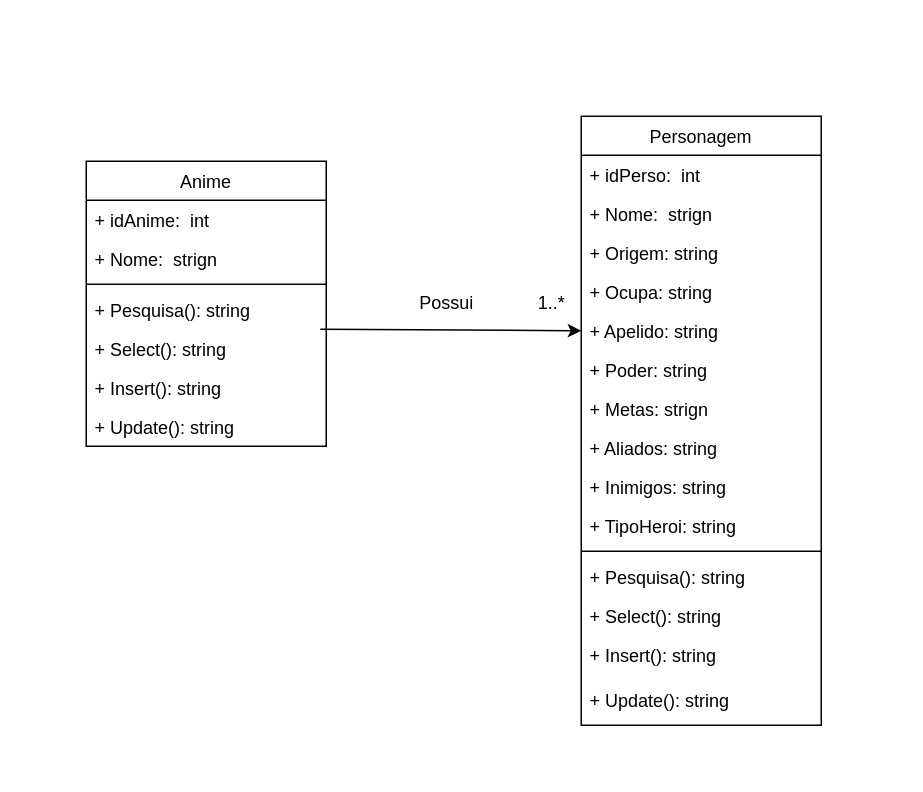
FelipeOropeza/APIKitsu keeps this draw.io diagram as Diagrama sem nome.drawio. Above is the earlier version. Source tidied: cells renumbered, new cells numbered last; positions are measured from the earlier drawing's top-left corner, leaving out a move shared by most shapes. Both pictures are drawn from the tidied source at 150%, with x=0, y=0 at pixel (86, 116).
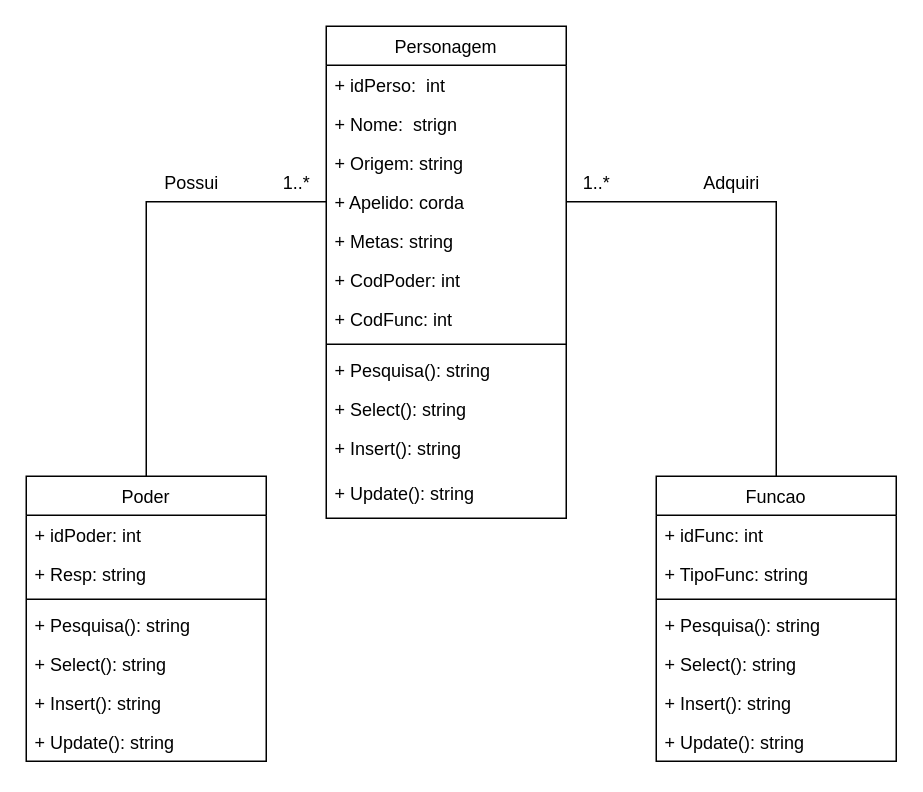
The same diagram, later.

Unchanged cells that the change refers to:
```xml
<mxCell id="22" value="+ Pesquisa(): string" style="text;align=left;verticalAlign=top;spacingLeft=4;spacingRight=4;overflow=hidden;points=[[0,0.5],[1,0.5]];portConstraint=eastwest;" parent="18" vertex="1">
  <mxGeometry y="86" width="160" height="26" as="geometry" />
</mxCell>
```

What changed in the source:
```diff
@@
     <mxCell id="2" value="Personagem" style="swimlane;fontStyle=0;align=center;verticalAlign=top;horizontal=1;startSize=26;rounded=0;shadow=0;strokeWidth=1;" parent="1" vertex="1">
-      <mxGeometry x="330" width="160" height="406" as="geometry" />
+      <mxGeometry x="160" y="-60" width="160" height="328" as="geometry" />
     </mxCell>
@@
-    <mxCell id="6" value="+ Ocupa: string" style="text;align=left;verticalAlign=top;spacingLeft=4;spacingRight=4;overflow=hidden;rounded=0;shadow=0;html=0;" parent="2" vertex="1">
-      <mxGeometry y="104" width="160" height="26" as="geometry" />
-    </mxCell>
-    <mxCell id="7" value="+ Apelido: string" style="text;align=left;verticalAlign=top;spacingLeft=4;spacingRight=4;overflow=hidden;points=[[0,0.5],[1,0.5]];portConstraint=eastwest;rounded=0;shadow=0;html=0;" parent="2" vertex="1">
-      <mxGeometry y="130" width="160" height="26" as="geometry" />
+    <mxCell id="7" value="+ Apelido: corda" style="text;align=left;verticalAlign=top;spacingLeft=4;spacingRight=4;overflow=hidden;points=[[0,0.5],[1,0.5]];portConstraint=eastwest;rounded=0;shadow=0;html=0;" parent="2" vertex="1">
+      <mxGeometry y="104" width="160" height="26" as="geometry" />
     </mxCell>
-    <mxCell id="8" value="+ Poder: string" style="text;align=left;verticalAlign=top;spacingLeft=4;spacingRight=4;overflow=hidden;rounded=0;shadow=0;html=0;" parent="2" vertex="1">
-      <mxGeometry y="156" width="160" height="26" as="geometry" />
-    </mxCell>
-    <mxCell id="9" value="+ Metas: strign  " style="text;align=left;verticalAlign=top;spacingLeft=4;spacingRight=4;overflow=hidden;rounded=0;shadow=0;html=0;" parent="2" vertex="1">
-      <mxGeometry y="182" width="160" height="26" as="geometry" />
+    <mxCell id="9" value="+ Metas: string  " style="text;align=left;verticalAlign=top;spacingLeft=4;spacingRight=4;overflow=hidden;rounded=0;shadow=0;html=0;" parent="2" vertex="1">
+      <mxGeometry y="130" width="160" height="26" as="geometry" />
     </mxCell>
-    <mxCell id="10" value="+ Aliados: string" style="text;align=left;verticalAlign=top;spacingLeft=4;spacingRight=4;overflow=hidden;rounded=0;shadow=0;html=0;" parent="2" vertex="1">
-      <mxGeometry y="208" width="160" height="26" as="geometry" />
-    </mxCell>
-    <mxCell id="11" value="+ Inimigos: string" style="text;align=left;verticalAlign=top;spacingLeft=4;spacingRight=4;overflow=hidden;rounded=0;shadow=0;html=0;" parent="2" vertex="1">
-      <mxGeometry y="234" width="160" height="26" as="geometry" />
-    </mxCell>
-    <mxCell id="12" value="+ TipoHeroi: string" style="text;align=left;verticalAlign=top;spacingLeft=4;spacingRight=4;overflow=hidden;rounded=0;shadow=0;html=0;" parent="2" vertex="1">
-      <mxGeometry y="260" width="160" height="26" as="geometry" />
-    </mxCell>
+    <mxCell id="29" value="+ CodPoder: int" style="text;align=left;verticalAlign=top;spacingLeft=4;spacingRight=4;overflow=hidden;rounded=0;shadow=0;html=0;" parent="2" vertex="1">
+      <mxGeometry y="156" width="160" height="26" as="geometry" />
+    </mxCell>
+    <mxCell id="30" value="+ CodFunc: int" style="text;align=left;verticalAlign=top;spacingLeft=4;spacingRight=4;overflow=hidden;rounded=0;shadow=0;html=0;" parent="2" vertex="1">
+      <mxGeometry y="182" width="160" height="26" as="geometry" />
+    </mxCell>
     <mxCell id="13" style="line;html=1;strokeWidth=1;align=left;verticalAlign=middle;spacingTop=-1;spacingLeft=3;spacingRight=3;labelPosition=right;" parent="2" vertex="1">
-      <mxGeometry y="286" width="160" height="8" as="geometry" />
+      <mxGeometry y="208" width="160" height="8" as="geometry" />
     </mxCell>
     <mxCell id="14" value="+ Pesquisa(): string" style="text;align=left;verticalAlign=top;spacingLeft=4;spacingRight=4;overflow=hidden;" parent="2" vertex="1">
-      <mxGeometry y="294" width="160" height="26" as="geometry" />
+      <mxGeometry y="216" width="160" height="26" as="geometry" />
     </mxCell>
     <mxCell id="15" value="+ Select(): string" style="text;align=left;verticalAlign=top;spacingLeft=4;spacingRight=4;overflow=hidden;" parent="2" vertex="1">
-      <mxGeometry y="320" width="160" height="26" as="geometry" />
+      <mxGeometry y="242" width="160" height="26" as="geometry" />
     </mxCell>
     <mxCell id="16" value="+ Insert(): string" style="text;align=left;verticalAlign=top;spacingLeft=4;spacingRight=4;overflow=hidden;" parent="2" vertex="1">
-      <mxGeometry y="346" width="160" height="30" as="geometry" />
+      <mxGeometry y="268" width="160" height="30" as="geometry" />
     </mxCell>
     <mxCell id="17" value="+ Update(): string" style="text;align=left;verticalAlign=top;spacingLeft=4;spacingRight=4;overflow=hidden;" parent="2" vertex="1">
-      <mxGeometry y="376" width="160" height="30" as="geometry" />
+      <mxGeometry y="298" width="160" height="30" as="geometry" />
     </mxCell>
-    <mxCell id="18" value="Anime" style="swimlane;fontStyle=0;align=center;verticalAlign=top;horizontal=1;startSize=26;rounded=0;shadow=0;strokeWidth=1;" parent="1" vertex="1">
-      <mxGeometry y="30" width="160" height="190" as="geometry" />
+    <mxCell id="18" value="Poder" style="swimlane;fontStyle=0;align=center;verticalAlign=top;horizontal=1;startSize=26;rounded=0;shadow=0;strokeWidth=1;" parent="1" vertex="1">
+      <mxGeometry x="-40" y="240" width="160" height="190" as="geometry" />
     </mxCell>
-    <mxCell id="19" value="+ idAnime:  int" style="text;align=left;verticalAlign=top;spacingLeft=4;spacingRight=4;overflow=hidden;" parent="18" vertex="1">
+    <mxCell id="19" value="+ idPoder: int" style="text;align=left;verticalAlign=top;spacingLeft=4;spacingRight=4;overflow=hidden;" parent="18" vertex="1">
       <mxGeometry y="26" width="160" height="26" as="geometry" />
     </mxCell>
-    <mxCell id="20" value="+ Nome:  strign" style="text;align=left;verticalAlign=top;spacingLeft=4;spacingRight=4;overflow=hidden;" parent="18" vertex="1">
+    <mxCell id="20" value="+ Resp: string" style="text;align=left;verticalAlign=top;spacingLeft=4;spacingRight=4;overflow=hidden;" parent="18" vertex="1">
       <mxGeometry y="52" width="160" height="26" as="geometry" />
     </mxCell>
@@
-    <mxCell id="26" value="1..*" style="text;html=1;align=center;verticalAlign=middle;strokeColor=none;fillColor=none;" parent="1" vertex="1">
-      <mxGeometry x="290" y="110" width="40" height="30" as="geometry" />
-    </mxCell>
+    <mxCell id="31" value="Funcao" style="swimlane;fontStyle=0;align=center;verticalAlign=top;horizontal=1;startSize=26;rounded=0;shadow=0;strokeWidth=1;" parent="1" vertex="1">
+      <mxGeometry x="380" y="240" width="160" height="190" as="geometry" />
+    </mxCell>
+    <mxCell id="32" value="+ idFunc: int" style="text;align=left;verticalAlign=top;spacingLeft=4;spacingRight=4;overflow=hidden;" parent="31" vertex="1">
+      <mxGeometry y="26" width="160" height="26" as="geometry" />
+    </mxCell>
+    <mxCell id="33" value="+ TipoFunc: string" style="text;align=left;verticalAlign=top;spacingLeft=4;spacingRight=4;overflow=hidden;" parent="31" vertex="1">
+      <mxGeometry y="52" width="160" height="26" as="geometry" />
+    </mxCell>
+    <mxCell id="34" style="line;html=1;strokeWidth=1;align=left;verticalAlign=middle;spacingTop=-1;spacingLeft=3;spacingRight=3;labelPosition=right;" parent="31" vertex="1">
+      <mxGeometry y="78" width="160" height="8" as="geometry" />
+    </mxCell>
+    <mxCell id="35" value="+ Pesquisa(): string" style="text;align=left;verticalAlign=top;spacingLeft=4;spacingRight=4;overflow=hidden;" parent="31" vertex="1">
+      <mxGeometry y="86" width="160" height="26" as="geometry" />
+    </mxCell>
+    <mxCell id="36" value="+ Select(): string" style="text;align=left;verticalAlign=top;spacingLeft=4;spacingRight=4;overflow=hidden;" parent="31" vertex="1">
+      <mxGeometry y="112" width="160" height="26" as="geometry" />
+    </mxCell>
+    <mxCell id="37" value="+ Insert(): string" style="text;align=left;verticalAlign=top;spacingLeft=4;spacingRight=4;overflow=hidden;" parent="31" vertex="1">
+      <mxGeometry y="138" width="160" height="26" as="geometry" />
+    </mxCell>
+    <mxCell id="38" value="+ Update(): string" style="text;align=left;verticalAlign=top;spacingLeft=4;spacingRight=4;overflow=hidden;" parent="31" vertex="1">
+      <mxGeometry y="164" width="160" height="26" as="geometry" />
+    </mxCell>
+    <mxCell id="39" style="edgeStyle=orthogonalEdgeStyle;rounded=0;jettySize=auto;html=1;exitX=0;exitY=0.5;exitDx=0;exitDy=0;entryX=0.5;entryY=0;entryDx=0;entryDy=0;endArrow=none;endFill=0;" parent="1" edge="1" source="7" target="18">
+      <mxGeometry relative="1" as="geometry" />
+    </mxCell>
+    <mxCell id="40" style="edgeStyle=orthogonalEdgeStyle;rounded=0;jettySize=auto;html=1;exitX=1;exitY=0.5;exitDx=0;exitDy=0;endArrow=none;endFill=0;" parent="1" edge="1" source="7" target="31">
+      <mxGeometry relative="1" as="geometry" />
+    </mxCell>
+    <mxCell id="41" value="1..*" style="text;html=1;align=center;verticalAlign=middle;strokeColor=none;fillColor=none;" parent="1" vertex="1">
+      <mxGeometry x="120" y="30" width="40" height="30" as="geometry" />
+    </mxCell>
+    <mxCell id="42" value="1..*" style="text;html=1;align=center;verticalAlign=middle;strokeColor=none;fillColor=none;" parent="1" vertex="1">
+      <mxGeometry x="320" y="30" width="40" height="30" as="geometry" />
+    </mxCell>
     <mxCell id="27" value="Possui" style="text;html=1;align=center;verticalAlign=middle;strokeColor=none;fillColor=none;" parent="1" vertex="1">
-      <mxGeometry x="210" y="110" width="60" height="30" as="geometry" />
+      <mxGeometry x="40" y="30" width="60" height="30" as="geometry" />
     </mxCell>
-    <mxCell id="28" style="endArrow=classic;html=1;rounded=0;entryX=0;entryY=0.5;entryDx=0;entryDy=0;exitX=0.975;exitY=1;exitDx=0;exitDy=0;exitPerimeter=0;" parent="1" edge="1" source="22" target="7">
-      <mxGeometry relative="1" as="geometry" />
-    </mxCell>
+    <mxCell id="43" value="Adquiri" style="text;html=1;align=center;verticalAlign=middle;strokeColor=none;fillColor=none;" parent="1" vertex="1">
+      <mxGeometry x="400" y="30" width="60" height="30" as="geometry" />
+    </mxCell>
```
